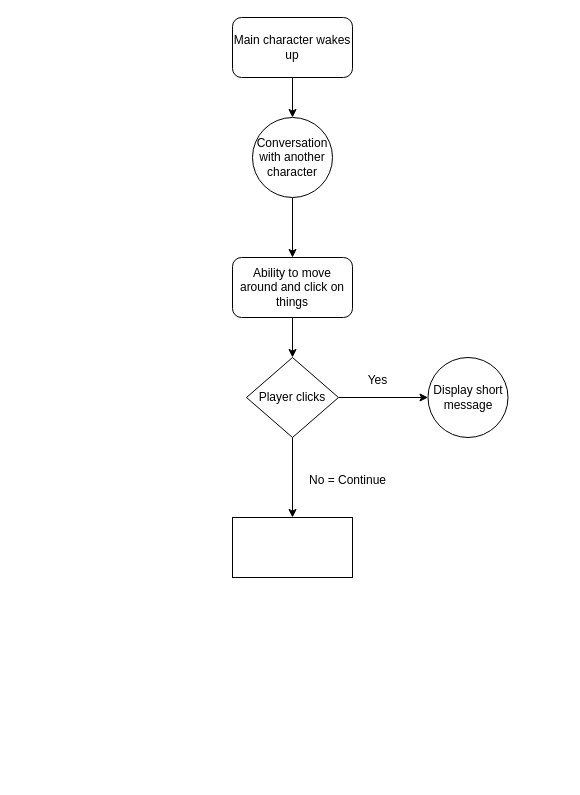
The draw.io diagram FirstVideoGameProject.drawio in Matasem-h/new_flowcharts, before the edit. Source tidied: cells renumbered, new cells numbered last; positions are measured from the earlier drawing's top-left corner, leaving out a move shared by most shapes. Both pictures are drawn from the tidied source at 100%, with x=0, y=0 at pixel (232, 17).
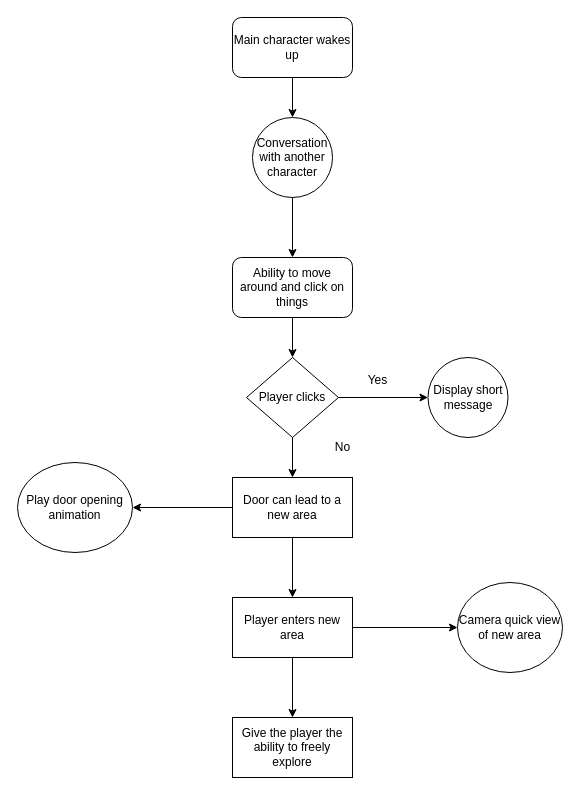
The same diagram, later.

Change to the diagram source:
```diff
@@
+    <mxCell id="15" style="edgeStyle=orthogonalEdgeStyle;rounded=0;jettySize=auto;html=1;" parent="1" edge="1" source="13" target="17">
+      <mxGeometry relative="1" as="geometry" />
+    </mxCell>
+    <mxCell id="16" style="edgeStyle=orthogonalEdgeStyle;rounded=0;jettySize=auto;html=1;" parent="1" edge="1" source="13" target="20">
+      <mxGeometry relative="1" as="geometry" />
+    </mxCell>
-    <mxCell id="13" style="whiteSpace=wrap;html=1;" parent="1" vertex="1">
-      <mxGeometry y="500" width="120" height="60" as="geometry" />
+    <mxCell id="13" value="Door can lead to a new area" style="whiteSpace=wrap;html=1;" parent="1" vertex="1">
+      <mxGeometry y="460" width="120" height="60" as="geometry" />
     </mxCell>
-    <mxCell id="14" value="No = Continue" style="text;html=1;align=center;verticalAlign=middle;strokeColor=none;fillColor=none;" parent="1" vertex="1">
-      <mxGeometry x="65" y="448" width="100" height="30" as="geometry" />
+    <mxCell id="14" value="No" style="text;html=1;align=center;verticalAlign=middle;strokeColor=none;fillColor=none;" parent="1" vertex="1">
+      <mxGeometry x="90" y="415" width="40" height="30" as="geometry" />
     </mxCell>
+    <mxCell id="17" value="Play door opening animation" style="ellipse;whiteSpace=wrap;html=1;" parent="1" vertex="1">
+      <mxGeometry x="-215" y="445" width="115" height="90" as="geometry" />
+    </mxCell>
+    <mxCell id="18" style="edgeStyle=orthogonalEdgeStyle;rounded=0;jettySize=auto;html=1;" parent="1" edge="1" source="20" target="21">
+      <mxGeometry relative="1" as="geometry" />
+    </mxCell>
+    <mxCell id="19" style="edgeStyle=orthogonalEdgeStyle;rounded=0;jettySize=auto;html=1;" parent="1" edge="1" source="20" target="22">
+      <mxGeometry relative="1" as="geometry" />
+    </mxCell>
+    <mxCell id="20" value="Player enters new area" style="whiteSpace=wrap;html=1;" parent="1" vertex="1">
+      <mxGeometry y="580" width="120" height="60" as="geometry" />
+    </mxCell>
+    <mxCell id="21" value="Camera quick view of new area" style="ellipse;whiteSpace=wrap;html=1;" parent="1" vertex="1">
+      <mxGeometry x="225" y="565" width="105" height="90" as="geometry" />
+    </mxCell>
+    <mxCell id="22" value="Give the player the ability to freely explore" style="whiteSpace=wrap;html=1;" parent="1" vertex="1">
+      <mxGeometry y="700" width="120" height="60" as="geometry" />
+    </mxCell>
```
